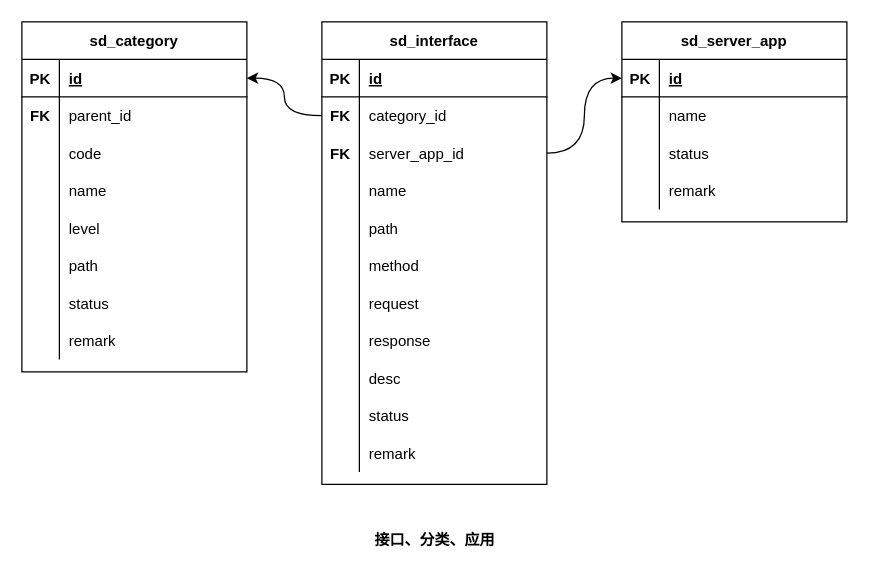
Earlier version of the draw.io diagram page "20220930143925" (2 of 7) of src/main/work/wyjz/design/service/directory/db_design_20220930.drawio (ab-doc/draw.io). Source tidied: cells renumbered, new cells numbered last; positions are measured from the earlier drawing's top-left corner, leaving out a move shared by most shapes. Both pictures are drawn from the tidied source at 125%, with x=0, y=0 at pixel (21, 21).
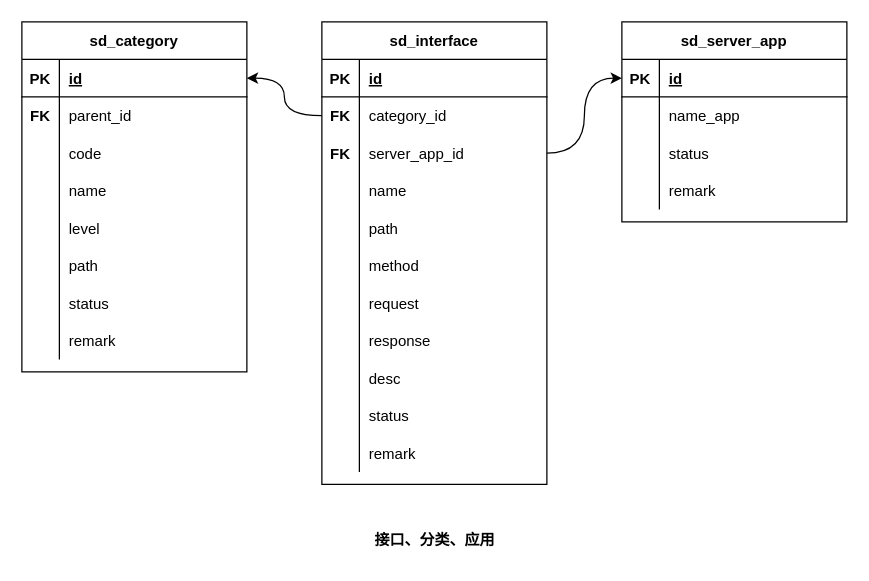
After the change.

The change refers to these unchanged cells:
```xml
<mxCell id="68" style="shape=tableRow;horizontal=0;startSize=0;swimlaneHead=0;swimlaneBody=0;fillColor=none;top=0;left=0;right=0;bottom=0;" parent="64" vertex="1">
  <mxGeometry y="60" width="180" height="30" as="geometry" />
</mxCell>
```

Diff of the diagram source:
```diff
@@
-    <mxCell id="70" value="name" style="shape=partialRectangle;fillColor=none;top=0;left=0;bottom=0;right=0;align=left;spacingLeft=6;overflow=hidden;" parent="68" vertex="1">
+    <mxCell id="70" value="name_app" style="shape=partialRectangle;fillColor=none;top=0;left=0;bottom=0;right=0;align=left;spacingLeft=6;overflow=hidden;" parent="68" vertex="1">
       <mxGeometry x="30" width="150" height="30" as="geometry" />
     </mxCell>
```
